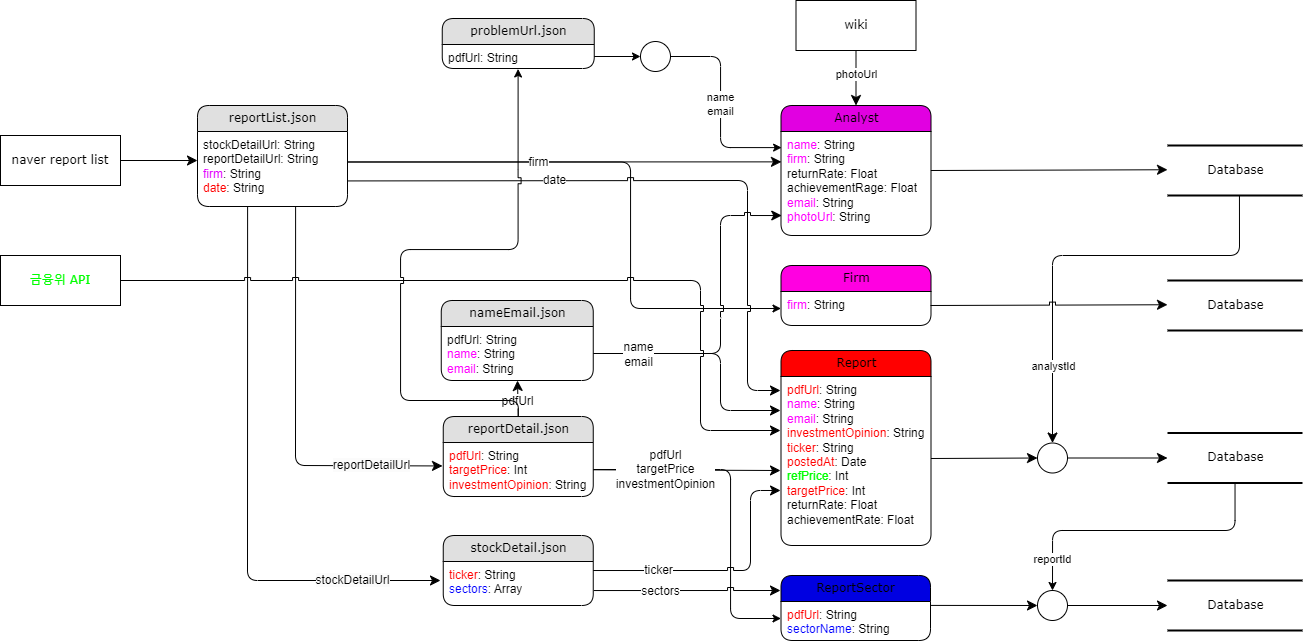
This is diagram/DataFlow.drawio.png from PDA-stockX/research-crawling, a draw.io export, as it was before one commit. Source tidied: cells renumbered, new cells last; positions are measured from the earlier drawing's top-left corner, leaving out a move shared by most shapes.
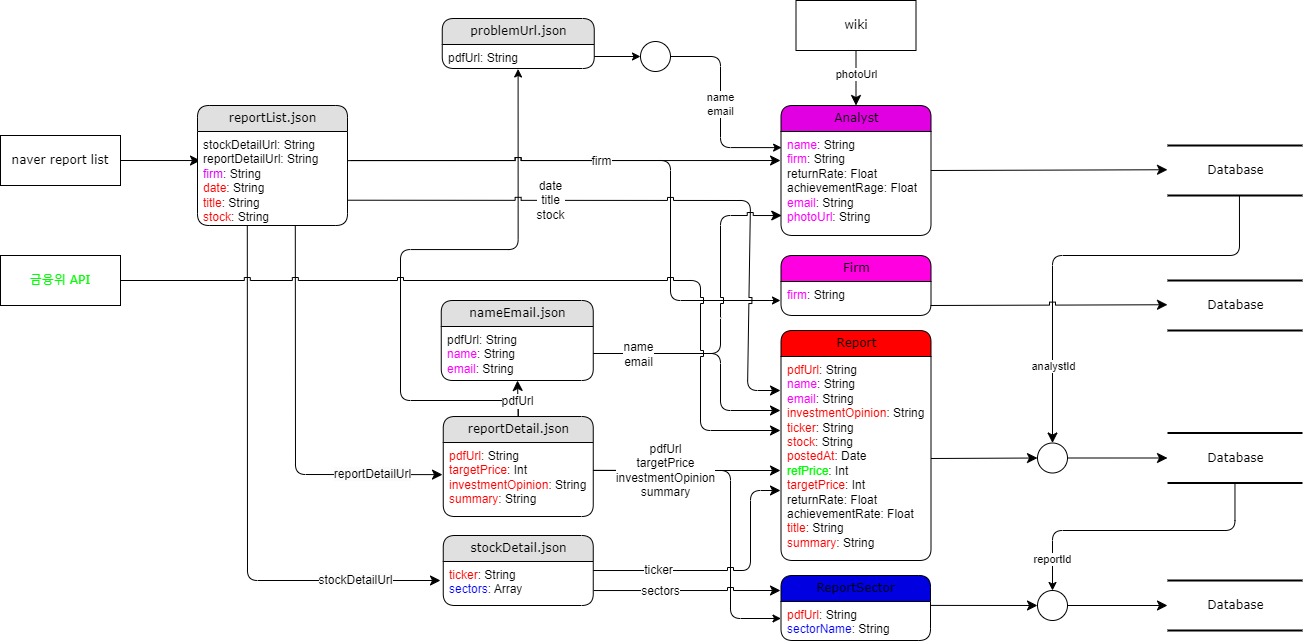
After the change.

The edit, as a diff of the source:
```diff
@@ -2,19 +2,34 @@
   <root>
     <mxCell id="0" />
     <mxCell id="1" parent="0" />
+    <mxCell id="68" style="edgeStyle=orthogonalEdgeStyle;rounded=1;jettySize=auto;html=1;exitX=0.5;exitY=0;exitDx=0;exitDy=0;entryX=0.499;entryY=1.02;entryDx=0;entryDy=0;entryPerimeter=0;curved=0;jumpStyle=sharp;" parent="1" edge="1" source="33" target="57">
+      <mxGeometry relative="1" as="geometry">
+        <Array as="points">
+          <mxPoint x="518" y="400" />
+          <mxPoint x="400" y="400" />
+          <mxPoint x="400" y="249" />
+          <mxPoint x="518" y="249" />
+        </Array>
+      </mxGeometry>
+    </mxCell>
-    <mxCell id="2" style="edgeStyle=orthogonalEdgeStyle;rounded=1;jettySize=auto;html=1;curved=0;jumpStyle=sharp;exitX=1;exitY=0.5;exitDx=0;exitDy=0;entryX=0;entryY=0.5;entryDx=0;entryDy=0;" parent="1" edge="1" source="34" target="25">
+    <mxCell id="2" style="edgeStyle=orthogonalEdgeStyle;rounded=1;jettySize=auto;html=1;curved=0;jumpStyle=sharp;entryX=0;entryY=0.5;entryDx=0;entryDy=0;" parent="1" edge="1" target="25">
       <mxGeometry relative="1" as="geometry">
+        <mxPoint x="590" y="470" as="sourcePoint" />
         <Array as="points">
-          <mxPoint x="730" y="469" />
+          <mxPoint x="600" y="470" />
+          <mxPoint x="730" y="470" />
           <mxPoint x="730" y="618" />
         </Array>
       </mxGeometry>
     </mxCell>
-    <mxCell id="3" style="edgeStyle=orthogonalEdgeStyle;rounded=1;jettySize=auto;html=1;entryX=0;entryY=0.5;entryDx=0;entryDy=0;exitX=0.999;exitY=0.412;exitDx=0;exitDy=0;exitPerimeter=0;curved=0;" parent="1" edge="1" source="8" target="63">
+    <mxCell id="3" style="edgeStyle=orthogonalEdgeStyle;rounded=1;orthogonalLoop=1;jettySize=auto;html=1;curved=0;jumpStyle=sharp;" parent="1" edge="1">
       <mxGeometry relative="1" as="geometry">
+        <mxPoint x="350" y="160" as="sourcePoint" />
+        <mxPoint x="780" y="300" as="targetPoint" />
         <Array as="points">
-          <mxPoint x="630" y="162" />
-          <mxPoint x="630" y="308" />
+          <mxPoint x="670" y="160" />
+          <mxPoint x="670" y="300" />
+          <mxPoint x="780" y="300" />
         </Array>
       </mxGeometry>
     </mxCell>
@@ -30,14 +45,14 @@
     <mxCell id="5" value="naver report list" style="whiteSpace=wrap;html=1;rounded=0;shadow=0;comic=0;labelBackgroundColor=none;strokeWidth=1;fontFamily=Verdana;fontSize=12;align=center;" parent="1" vertex="1">
       <mxGeometry y="135" width="120" height="50" as="geometry" />
     </mxCell>
-    <mxCell id="6" style="edgeStyle=none;html=1;labelBackgroundColor=none;startFill=0;startSize=8;endFill=1;endSize=8;fontFamily=Verdana;fontSize=12;exitX=1;exitY=0.5;exitDx=0;exitDy=0;entryX=0;entryY=0.392;entryDx=0;entryDy=0;entryPerimeter=0;" parent="1" edge="1" source="5" target="8">
+    <mxCell id="6" style="edgeStyle=none;html=1;labelBackgroundColor=none;startFill=0;startSize=8;endFill=1;endSize=8;fontFamily=Verdana;fontSize=12;exitX=1;exitY=0.5;exitDx=0;exitDy=0;entryX=0.02;entryY=0.309;entryDx=0;entryDy=0;entryPerimeter=0;" parent="1" edge="1" source="5" target="8">
       <mxGeometry relative="1" as="geometry" />
     </mxCell>
     <mxCell id="7" value="reportList.json" style="swimlane;html=1;fontStyle=0;horizontal=1;startSize=26;fillColor=#e0e0e0;swimlaneFillColor=#ffffff;align=center;rounded=1;shadow=0;comic=0;labelBackgroundColor=none;strokeWidth=1;fontFamily=Verdana;fontSize=12;" parent="1" vertex="1">
-      <mxGeometry x="197" y="105" width="150" height="101" as="geometry" />
+      <mxGeometry x="197" y="105" width="150" height="120" as="geometry" />
     </mxCell>
-    <mxCell id="8" value="stockDetailUrl: String&lt;div&gt;reportDetailUrl: String&lt;/div&gt;&lt;div&gt;&lt;font color=&quot;#e100ff&quot;&gt;firm&lt;/font&gt;: String&lt;/div&gt;&lt;div&gt;&lt;font color=&quot;#ff0000&quot;&gt;date&lt;/font&gt;: String&lt;/div&gt;" style="text;html=1;strokeColor=none;fillColor=none;spacingLeft=4;spacingRight=4;whiteSpace=wrap;overflow=hidden;points=[[0,0.5],[1,0.5]];portConstraint=eastwest;align=left;" parent="7" vertex="1">
-      <mxGeometry y="26" width="150" height="74" as="geometry" />
+    <mxCell id="8" value="stockDetailUrl: String&lt;div&gt;reportDetailUrl: String&lt;/div&gt;&lt;div&gt;&lt;font color=&quot;#e100ff&quot;&gt;firm&lt;/font&gt;: String&lt;/div&gt;&lt;div&gt;&lt;font color=&quot;#ff0000&quot;&gt;date&lt;/font&gt;: String&lt;/div&gt;&lt;div&gt;&lt;font color=&quot;#ff0000&quot;&gt;title&lt;/font&gt;: String&lt;/div&gt;&lt;div&gt;&lt;div&gt;&lt;font color=&quot;#ff0000&quot;&gt;stock&lt;/font&gt;: String&lt;/div&gt;&lt;/div&gt;" style="text;html=1;strokeColor=none;fillColor=none;spacingLeft=4;spacingRight=4;whiteSpace=wrap;overflow=hidden;points=[[0,0.5],[1,0.5]];portConstraint=eastwest;align=left;" parent="7" vertex="1">
+      <mxGeometry y="26" width="150" height="94" as="geometry" />
     </mxCell>
     <mxCell id="9" value="stockDetail.json" style="swimlane;html=1;fontStyle=0;horizontal=1;startSize=26;fillColor=#e0e0e0;swimlaneFillColor=#ffffff;align=center;rounded=1;shadow=0;comic=0;labelBackgroundColor=none;strokeWidth=1;fontFamily=Verdana;fontSize=12;" parent="1" vertex="1">
       <mxGeometry x="442.7" y="535" width="150" height="70" as="geometry" />
@@ -45,17 +60,17 @@
     <mxCell id="10" value="&lt;font color=&quot;#ff0000&quot;&gt;ticker&lt;/font&gt;: String&lt;div&gt;&lt;font color=&quot;#0000ff&quot;&gt;sectors&lt;/font&gt;: Array&lt;/div&gt;" style="text;html=1;strokeColor=none;fillColor=none;spacingLeft=4;spacingRight=4;whiteSpace=wrap;overflow=hidden;points=[[0,0.5],[1,0.5]];portConstraint=eastwest;align=left;" parent="9" vertex="1">
       <mxGeometry y="26" width="150" height="44" as="geometry" />
     </mxCell>
-    <mxCell id="11" style="edgeStyle=none;html=1;labelBackgroundColor=none;startFill=0;startSize=8;endFill=1;endSize=8;fontFamily=Verdana;fontSize=12;exitX=0.654;exitY=1.02;exitDx=0;exitDy=0;exitPerimeter=0;entryX=-0.005;entryY=0.434;entryDx=0;entryDy=0;entryPerimeter=0;" parent="1" edge="1" source="8" target="34">
+    <mxCell id="11" style="edgeStyle=none;html=1;labelBackgroundColor=none;startFill=0;startSize=8;endFill=1;endSize=8;fontFamily=Verdana;fontSize=12;entryX=-0.005;entryY=0.434;entryDx=0;entryDy=0;entryPerimeter=0;exitX=0.652;exitY=0.999;exitDx=0;exitDy=0;exitPerimeter=0;" parent="1" edge="1" source="8" target="34">
       <mxGeometry relative="1" as="geometry">
         <Array as="points">
-          <mxPoint x="295" y="465" />
+          <mxPoint x="295" y="474" />
         </Array>
       </mxGeometry>
     </mxCell>
     <mxCell id="12" value="&lt;span style=&quot;text-align: left; text-wrap: wrap; background-color: rgb(251, 251, 251);&quot;&gt;reportDetailUrl&lt;/span&gt;" style="edgeLabel;html=1;align=center;verticalAlign=middle;fontSize=12;" parent="11" vertex="1">
       <mxGeometry x="0.65" y="1" relative="1" as="geometry" />
     </mxCell>
-    <mxCell id="13" style="edgeStyle=none;html=1;labelBackgroundColor=none;startFill=0;startSize=8;endFill=1;endSize=8;fontFamily=Verdana;fontSize=12;exitX=0.334;exitY=1.02;exitDx=0;exitDy=0;exitPerimeter=0;" parent="1" edge="1" source="8">
+    <mxCell id="13" style="edgeStyle=none;html=1;labelBackgroundColor=none;startFill=0;startSize=8;endFill=1;endSize=8;fontFamily=Verdana;fontSize=12;exitX=0.332;exitY=0.997;exitDx=0;exitDy=0;exitPerimeter=0;" parent="1" edge="1" source="8">
       <mxGeometry relative="1" as="geometry">
         <mxPoint x="440" y="580" as="targetPoint" />
         <Array as="points">
@@ -75,28 +90,29 @@
     <mxCell id="17" value="&lt;font color=&quot;#ff00ff&quot;&gt;name&lt;/font&gt;: String&lt;div&gt;&lt;font color=&quot;#ff00ff&quot;&gt;firm&lt;/font&gt;: String&lt;/div&gt;&lt;div&gt;returnRate: Float&lt;/div&gt;&lt;div&gt;achievementRage: Float&lt;/div&gt;&lt;div&gt;&lt;font color=&quot;#ff00ff&quot;&gt;email&lt;/font&gt;: String&lt;/div&gt;&lt;div&gt;&lt;font color=&quot;#ff00ff&quot;&gt;photoUrl&lt;/font&gt;: String&lt;/div&gt;" style="text;html=1;strokeColor=none;fillColor=none;spacingLeft=4;spacingRight=4;whiteSpace=wrap;overflow=hidden;points=[[0,0.5],[1,0.5]];portConstraint=eastwest;align=left;" parent="16" vertex="1">
       <mxGeometry y="26" width="150" height="104" as="geometry" />
     </mxCell>
-    <mxCell id="18" style="edgeStyle=none;html=1;labelBackgroundColor=none;startFill=0;startSize=8;endFill=1;endSize=8;fontFamily=Verdana;fontSize=12;exitX=0.997;exitY=0.412;exitDx=0;exitDy=0;exitPerimeter=0;entryX=0.003;entryY=0.292;entryDx=0;entryDy=0;entryPerimeter=0;jumpStyle=sharp;" parent="1" edge="1" source="8" target="17">
+    <mxCell id="18" style="edgeStyle=none;html=1;labelBackgroundColor=none;startFill=0;startSize=8;endFill=1;endSize=8;fontFamily=Verdana;fontSize=12;jumpStyle=sharp;exitX=1;exitY=0.31;exitDx=0;exitDy=0;exitPerimeter=0;entryX=-0.003;entryY=0.279;entryDx=0;entryDy=0;entryPerimeter=0;" parent="1" edge="1" source="8" target="17">
       <mxGeometry relative="1" as="geometry" />
     </mxCell>
-    <mxCell id="19" value="firm" style="edgeLabel;html=1;align=center;verticalAlign=middle;fontSize=12;" parent="18" vertex="1">
-      <mxGeometry x="-0.12" relative="1" as="geometry" />
+    <mxCell id="19" value="firm" style="edgeLabel;html=1;align=center;verticalAlign=middle;fontSize=12;fontFamily=Helvetica;fontColor=default;labelBackgroundColor=default;" parent="18" vertex="1">
+      <mxGeometry x="0.17" relative="1" as="geometry" />
     </mxCell>
     <mxCell id="20" value="Report" style="swimlane;html=1;fontStyle=0;horizontal=1;startSize=26;fillColor=#ff0000;swimlaneFillColor=#ffffff;align=center;rounded=1;shadow=0;comic=0;labelBackgroundColor=none;strokeWidth=1;fontFamily=Verdana;fontSize=12;" parent="1" vertex="1">
-      <mxGeometry x="780.5" y="350" width="150" height="195" as="geometry" />
+      <mxGeometry x="780.5" y="330" width="150" height="230" as="geometry" />
     </mxCell>
-    <mxCell id="21" value="&lt;font color=&quot;#ff0000&quot;&gt;pdfUrl&lt;/font&gt;: String&lt;div&gt;&lt;font color=&quot;#ff00ff&quot;&gt;name&lt;/font&gt;: String&lt;font style=&quot;background-color: initial;&quot; color=&quot;#ff0000&quot;&gt;&lt;br&gt;&lt;/font&gt;&lt;/div&gt;&lt;div&gt;&lt;font color=&quot;#ff00ff&quot;&gt;email&lt;/font&gt;: String&lt;br&gt;&lt;/div&gt;&lt;div&gt;&lt;font style=&quot;background-color: initial;&quot; color=&quot;#ff0000&quot;&gt;investmentOpinion&lt;/font&gt;&lt;span style=&quot;background-color: initial;&quot;&gt;: String&lt;/span&gt;&lt;br&gt;&lt;/div&gt;&lt;div&gt;&lt;font color=&quot;#ff0000&quot;&gt;ticker&lt;/font&gt;: String&lt;/div&gt;&lt;div&gt;&lt;font color=&quot;#ff0000&quot;&gt;postedAt&lt;/font&gt;: Date&lt;/div&gt;&lt;div&gt;&lt;font color=&quot;#00ff00&quot;&gt;refPrice&lt;/font&gt;: Int&lt;/div&gt;&lt;div&gt;&lt;font color=&quot;#ff0000&quot;&gt;targetPrice&lt;/font&gt;: Int&lt;/div&gt;&lt;div&gt;returnRate: Float&lt;/div&gt;&lt;div&gt;achievementRate: Float&lt;/div&gt;&lt;div&gt;&lt;br&gt;&lt;/div&gt;" style="text;html=1;strokeColor=none;fillColor=none;spacingLeft=4;spacingRight=4;whiteSpace=wrap;overflow=hidden;points=[[0,0.5],[1,0.5]];portConstraint=eastwest;align=left;" parent="20" vertex="1">
-      <mxGeometry y="26" width="150" height="164" as="geometry" />
+    <mxCell id="21" value="&lt;font color=&quot;#ff0000&quot;&gt;pdfUrl&lt;/font&gt;: String&lt;div&gt;&lt;font color=&quot;#ff00ff&quot;&gt;name&lt;/font&gt;: String&lt;font style=&quot;background-color: initial;&quot; color=&quot;#ff0000&quot;&gt;&lt;br&gt;&lt;/font&gt;&lt;/div&gt;&lt;div&gt;&lt;font color=&quot;#ff00ff&quot;&gt;email&lt;/font&gt;: String&lt;br&gt;&lt;/div&gt;&lt;div&gt;&lt;font style=&quot;background-color: initial;&quot; color=&quot;#ff0000&quot;&gt;investmentOpinion&lt;/font&gt;&lt;span style=&quot;background-color: initial;&quot;&gt;: String&lt;/span&gt;&lt;br&gt;&lt;/div&gt;&lt;div&gt;&lt;font color=&quot;#ff0000&quot;&gt;ticker&lt;/font&gt;: String&lt;/div&gt;&lt;div&gt;&lt;font color=&quot;#ff0000&quot;&gt;stock&lt;/font&gt;: String&lt;br&gt;&lt;/div&gt;&lt;div&gt;&lt;font color=&quot;#ff0000&quot;&gt;postedAt&lt;/font&gt;: Date&lt;/div&gt;&lt;div&gt;&lt;font color=&quot;#00ff00&quot;&gt;refPrice&lt;/font&gt;: Int&lt;/div&gt;&lt;div&gt;&lt;font color=&quot;#ff0000&quot;&gt;targetPrice&lt;/font&gt;: Int&lt;/div&gt;&lt;div&gt;returnRate: Float&lt;/div&gt;&lt;div&gt;achievementRate: Float&lt;/div&gt;&lt;div&gt;&lt;font style=&quot;background-color: initial;&quot; color=&quot;#ff0000&quot;&gt;title&lt;/font&gt;&lt;span style=&quot;background-color: initial;&quot;&gt;: String&lt;/span&gt;&lt;/div&gt;&lt;font color=&quot;#ff0000&quot;&gt;summary&lt;/font&gt;: String" style="text;html=1;strokeColor=none;fillColor=none;spacingLeft=4;spacingRight=4;whiteSpace=wrap;overflow=hidden;points=[[0,0.5],[1,0.5]];portConstraint=eastwest;align=left;" parent="20" vertex="1">
+      <mxGeometry y="26" width="150" height="204" as="geometry" />
     </mxCell>
-    <mxCell id="22" style="edgeStyle=none;html=1;labelBackgroundColor=none;startFill=0;startSize=8;endFill=1;endSize=8;fontFamily=Verdana;fontSize=12;exitX=0.999;exitY=0.668;exitDx=0;exitDy=0;exitPerimeter=0;jumpStyle=sharp;" parent="1" edge="1" source="8">
+    <mxCell id="22" style="edgeStyle=none;html=1;labelBackgroundColor=none;startFill=0;startSize=8;endFill=1;endSize=8;fontFamily=Verdana;fontSize=12;jumpStyle=sharp;exitX=0.998;exitY=0.731;exitDx=0;exitDy=0;exitPerimeter=0;" parent="1" edge="1" source="8">
       <mxGeometry relative="1" as="geometry">
         <mxPoint x="780" y="390" as="targetPoint" />
         <Array as="points">
-          <mxPoint x="747" y="180" />
+          <mxPoint x="550" y="200" />
+          <mxPoint x="750" y="200" />
           <mxPoint x="747" y="390" />
         </Array>
       </mxGeometry>
     </mxCell>
-    <mxCell id="23" value="&lt;span style=&quot;font-size: 12px;&quot;&gt;date&lt;/span&gt;" style="edgeLabel;html=1;align=center;verticalAlign=middle;" parent="22" vertex="1">
+    <mxCell id="23" value="&lt;span style=&quot;font-size: 12px;&quot;&gt;date&lt;/span&gt;&lt;div&gt;&lt;span style=&quot;font-size: 12px;&quot;&gt;title&lt;/span&gt;&lt;/div&gt;&lt;div&gt;&lt;span style=&quot;font-size: 12px;&quot;&gt;stock&lt;/span&gt;&lt;/div&gt;" style="edgeLabel;html=1;align=center;verticalAlign=middle;" parent="22" vertex="1">
       <mxGeometry x="-0.35" y="1" relative="1" as="geometry" />
     </mxCell>
     <mxCell id="24" value="ReportSector" style="swimlane;html=1;fontStyle=0;horizontal=1;startSize=26;fillColor=#0000e1;swimlaneFillColor=#ffffff;align=center;rounded=1;shadow=0;comic=0;labelBackgroundColor=none;strokeWidth=1;fontFamily=Verdana;fontSize=12;" parent="1" vertex="1">
@@ -116,8 +132,9 @@
     <mxCell id="27" value="name&lt;div&gt;email&lt;/div&gt;" style="edgeLabel;html=1;align=center;verticalAlign=middle;fontSize=12;" parent="26" vertex="1">
       <mxGeometry x="-0.72" relative="1" as="geometry" />
     </mxCell>
-    <mxCell id="28" style="edgeStyle=none;html=1;labelBackgroundColor=none;startFill=0;startSize=8;endFill=1;endSize=8;fontFamily=Verdana;fontSize=12;exitX=1;exitY=0.205;exitDx=0;exitDy=0;exitPerimeter=0;jumpStyle=sharp;entryX=-0.003;entryY=0.695;entryDx=0;entryDy=0;entryPerimeter=0;" parent="1" edge="1" source="10" target="21">
+    <mxCell id="28" style="edgeStyle=none;html=1;labelBackgroundColor=none;startFill=0;startSize=8;endFill=1;endSize=8;fontFamily=Verdana;fontSize=12;exitX=1;exitY=0.205;exitDx=0;exitDy=0;exitPerimeter=0;jumpStyle=sharp;" parent="1" edge="1" source="10">
       <mxGeometry relative="1" as="geometry">
+        <mxPoint x="780" y="490" as="targetPoint" />
         <Array as="points">
           <mxPoint x="750" y="570" />
           <mxPoint x="750" y="490" />
@@ -139,17 +156,20 @@
       <mxGeometry x="795.5" width="120" height="50" as="geometry" />
     </mxCell>
     <mxCell id="33" value="reportDetail.json" style="swimlane;html=1;fontStyle=0;horizontal=1;startSize=26;fillColor=#e0e0e0;swimlaneFillColor=#ffffff;align=center;rounded=1;shadow=0;comic=0;labelBackgroundColor=none;strokeWidth=1;fontFamily=Verdana;fontSize=12;" parent="1" vertex="1">
-      <mxGeometry x="442.7" y="416" width="150" height="80" as="geometry" />
+      <mxGeometry x="442.7" y="416" width="150" height="100" as="geometry" />
     </mxCell>
-    <mxCell id="34" value="&lt;font color=&quot;#ff0000&quot;&gt;pdfUrl&lt;/font&gt;: String&lt;div&gt;&lt;font color=&quot;#ff0000&quot;&gt;targetPrice&lt;/font&gt;: Int&lt;/div&gt;&lt;div&gt;&lt;font color=&quot;#ff0000&quot;&gt;investmentOpinion&lt;/font&gt;: String&lt;/div&gt;" style="text;html=1;strokeColor=none;fillColor=none;spacingLeft=4;spacingRight=4;whiteSpace=wrap;overflow=hidden;points=[[0,0.5],[1,0.5]];portConstraint=eastwest;align=left;" parent="33" vertex="1">
-      <mxGeometry y="26" width="150" height="54" as="geometry" />
+    <mxCell id="34" value="&lt;font color=&quot;#ff0000&quot;&gt;pdfUrl&lt;/font&gt;: String&lt;div&gt;&lt;font color=&quot;#ff0000&quot;&gt;targetPrice&lt;/font&gt;: Int&lt;/div&gt;&lt;div&gt;&lt;font color=&quot;#ff0000&quot;&gt;investmentOpinion&lt;/font&gt;: String&lt;/div&gt;&lt;div&gt;&lt;font color=&quot;#ff0000&quot;&gt;summary&lt;/font&gt;: String&lt;br&gt;&lt;/div&gt;" style="text;html=1;strokeColor=none;fillColor=none;spacingLeft=4;spacingRight=4;whiteSpace=wrap;overflow=hidden;points=[[0,0.5],[1,0.5]];portConstraint=eastwest;align=left;" parent="33" vertex="1">
+      <mxGeometry y="26" width="150" height="74" as="geometry" />
     </mxCell>
-    <mxCell id="35" style="edgeStyle=none;html=1;labelBackgroundColor=none;startFill=0;startSize=8;endFill=1;endSize=8;fontFamily=Verdana;fontSize=12;" parent="1" edge="1" source="34">
+    <mxCell id="35" style="edgeStyle=none;html=1;labelBackgroundColor=none;startFill=0;startSize=8;endFill=1;endSize=8;fontFamily=Verdana;fontSize=12;exitX=1.002;exitY=0.376;exitDx=0;exitDy=0;exitPerimeter=0;" parent="1" edge="1" source="34">
       <mxGeometry relative="1" as="geometry">
         <mxPoint x="780" y="470" as="targetPoint" />
+        <Array as="points">
+          <mxPoint x="690" y="470" />
+        </Array>
       </mxGeometry>
     </mxCell>
-    <mxCell id="36" value="pdfUrl&lt;div&gt;targetPrice&lt;/div&gt;&lt;div&gt;investmentOpinion&lt;/div&gt;" style="edgeLabel;html=1;align=center;verticalAlign=middle;fontSize=12;" parent="35" vertex="1">
+    <mxCell id="36" value="pdfUrl&lt;div&gt;targetPrice&lt;/div&gt;&lt;div&gt;investmentOpinion&lt;/div&gt;&lt;div&gt;summary&lt;/div&gt;" style="edgeLabel;html=1;align=center;verticalAlign=middle;fontSize=12;" parent="35" vertex="1">
       <mxGeometry x="-0.23" y="1" relative="1" as="geometry" />
     </mxCell>
     <mxCell id="37" value="nameEmail.json" style="swimlane;html=1;fontStyle=0;horizontal=1;startSize=26;fillColor=#e0e0e0;swimlaneFillColor=#ffffff;align=center;rounded=1;shadow=0;comic=0;labelBackgroundColor=none;strokeWidth=1;fontFamily=Verdana;fontSize=12;" parent="1" vertex="1">
@@ -252,7 +272,7 @@
       <mxGeometry x="640" y="41" width="30" height="30" as="geometry" />
     </mxCell>
     <mxCell id="62" value="Firm" style="swimlane;html=1;fontStyle=0;horizontal=1;startSize=26;fillColor=#ff00e1;swimlaneFillColor=#ffffff;align=center;rounded=1;shadow=0;comic=0;labelBackgroundColor=none;strokeWidth=1;fontFamily=Verdana;fontSize=12;" parent="1" vertex="1">
-      <mxGeometry x="780.5" y="265" width="150" height="60" as="geometry" />
+      <mxGeometry x="780.5" y="255" width="150" height="60" as="geometry" />
     </mxCell>
     <mxCell id="63" value="&lt;span style=&quot;color: rgb(255, 0, 255);&quot;&gt;firm&lt;/span&gt;: String" style="text;html=1;strokeColor=none;fillColor=none;spacingLeft=4;spacingRight=4;whiteSpace=wrap;overflow=hidden;points=[[0,0.5],[1,0.5]];portConstraint=eastwest;align=left;" parent="62" vertex="1">
       <mxGeometry y="26" width="150" height="34" as="geometry" />
@@ -271,15 +291,5 @@
     <mxCell id="67" style="ellipse;whiteSpace=wrap;html=1;rounded=1;shadow=0;comic=0;labelBackgroundColor=none;strokeWidth=1;fontFamily=Verdana;fontSize=12;align=center;" parent="1" vertex="1">
       <mxGeometry x="1037" y="590" width="30" height="30" as="geometry" />
     </mxCell>
-    <mxCell id="68" style="edgeStyle=orthogonalEdgeStyle;rounded=1;jettySize=auto;html=1;exitX=0.5;exitY=0;exitDx=0;exitDy=0;entryX=0.499;entryY=1.02;entryDx=0;entryDy=0;entryPerimeter=0;curved=0;jumpStyle=sharp;" parent="1" edge="1" source="33" target="57">
-      <mxGeometry relative="1" as="geometry">
-        <Array as="points">
-          <mxPoint x="518" y="400" />
-          <mxPoint x="400" y="400" />
-          <mxPoint x="400" y="249" />
-          <mxPoint x="518" y="249" />
-        </Array>
-      </mxGeometry>
-    </mxCell>
   </root>
 </mxGraphModel>
```
